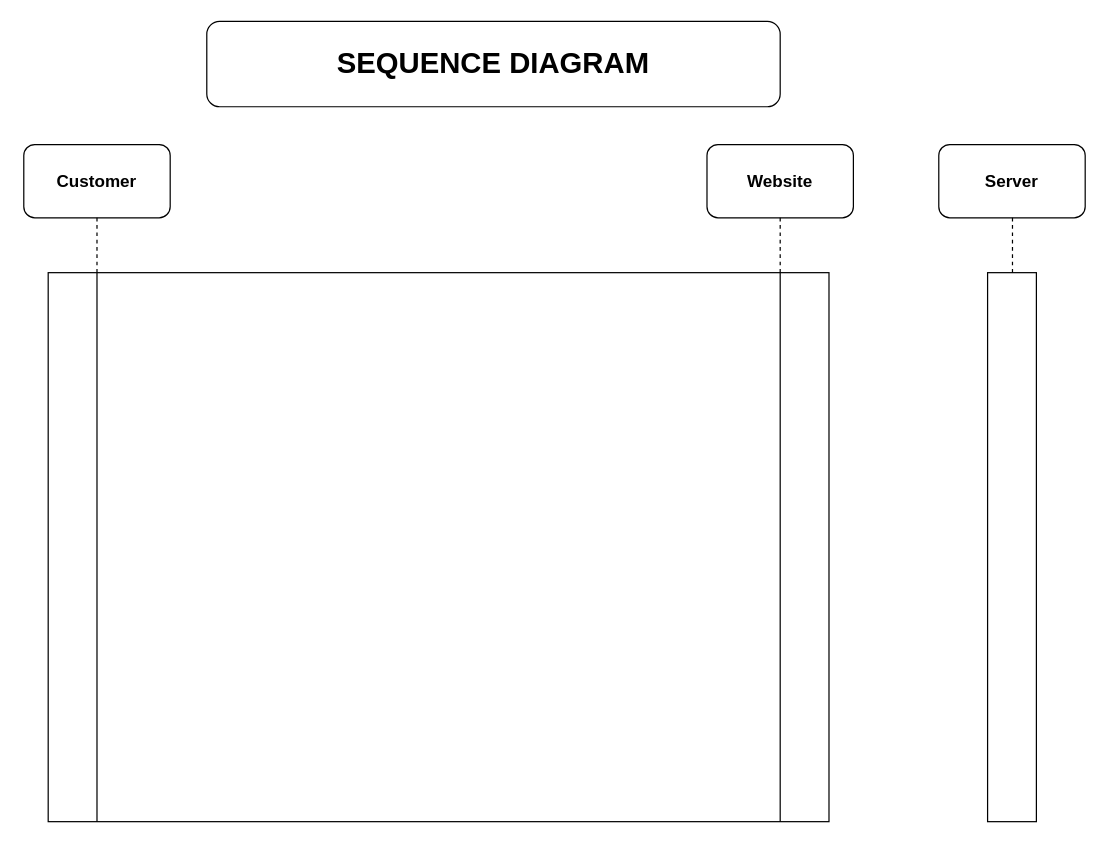
Before: mine.drawio in theZenna/theZenna, a draw.io diagram. Source tidied: cells renumbered, new cells numbered last; positions are measured from the earlier drawing's top-left corner, leaving out a move shared by most shapes. Both pictures are drawn from the tidied source at 122%, with x=0, y=0 at pixel (23, 21).
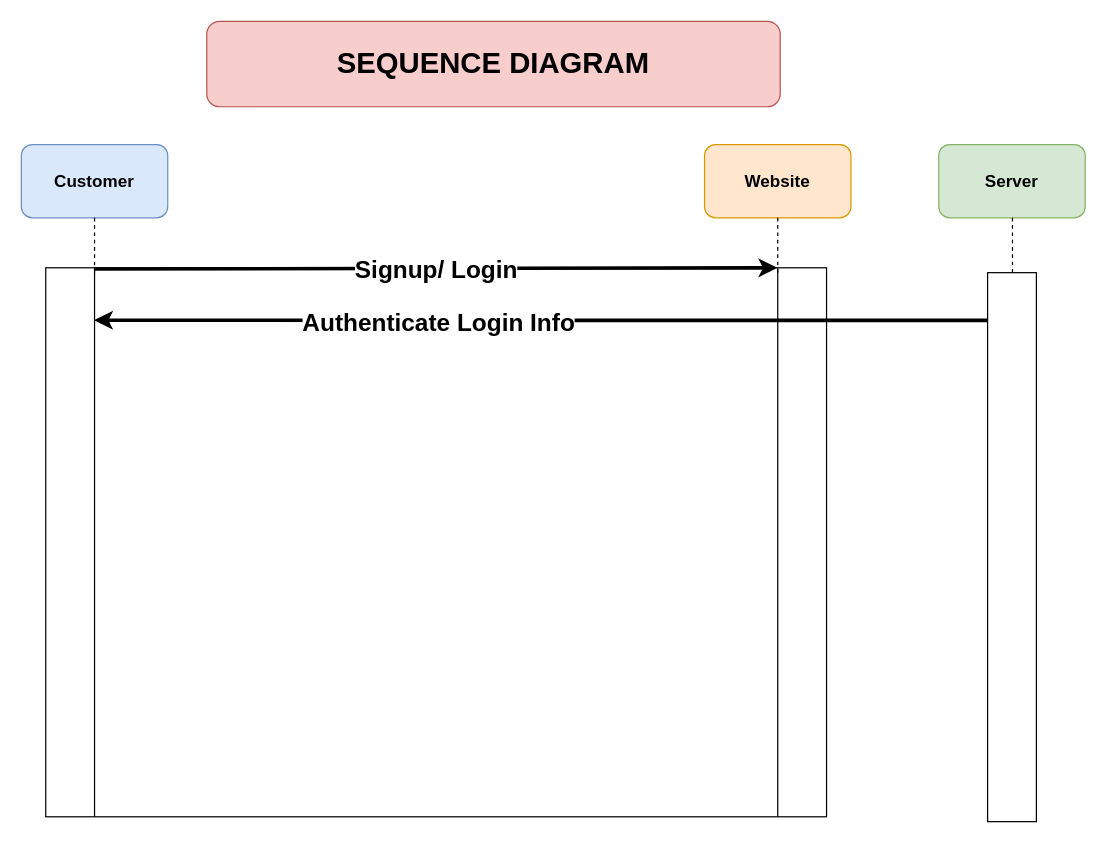
The same page after the edit.

What changed in the source:
```diff
@@
 <mxGraphModel>
   <root>
     <mxCell id="0" />
     <mxCell id="1" parent="0" />
-    <mxCell id="2" value="&lt;font style=&quot;font-size: 24px;&quot;&gt;&lt;b&gt;SEQUENCE DIAGRAM&lt;/b&gt;&lt;/font&gt;" style="rounded=1;whiteSpace=wrap;html=1;" parent="1" vertex="1">
+    <mxCell id="2" value="&lt;font style=&quot;font-size: 24px;&quot;&gt;&lt;b&gt;SEQUENCE DIAGRAM&lt;/b&gt;&lt;/font&gt;" style="rounded=1;whiteSpace=wrap;html=1;fillColor=#f8cecc;strokeColor=#b85450;" parent="1" vertex="1">
       <mxGeometry x="150" width="470" height="70" as="geometry" />
     </mxCell>
     <mxCell id="3" style="shape=process;whiteSpace=wrap;html=1;backgroundOutline=1;size=0.06250000000000036;" parent="1" vertex="1">
-      <mxGeometry x="20" y="206" width="640" height="450" as="geometry" />
+      <mxGeometry x="18" y="202" width="640" height="450" as="geometry" />
     </mxCell>
     <mxCell id="4" style="rounded=0;whiteSpace=wrap;html=1;" parent="1" vertex="1">
       <mxGeometry x="790" y="206" width="40" height="450" as="geometry" />
     </mxCell>
-    <mxCell id="5" value="&lt;font style=&quot;font-size: 14px;&quot;&gt;&lt;b&gt;Customer&lt;/b&gt;&lt;/font&gt;" style="rounded=1;whiteSpace=wrap;html=1;" parent="1" vertex="1">
-      <mxGeometry y="101" width="120" height="60" as="geometry" />
+    <mxCell id="5" value="&lt;font style=&quot;font-size: 14px;&quot;&gt;&lt;b&gt;Customer&lt;/b&gt;&lt;/font&gt;" style="rounded=1;whiteSpace=wrap;html=1;fillColor=#dae8fc;strokeColor=#6c8ebf;" parent="1" vertex="1">
+      <mxGeometry x="-2" y="101" width="120" height="60" as="geometry" />
     </mxCell>
     <mxCell id="6" style="endArrow=none;dashed=1;html=1;rounded=0;" parent="1" edge="1">
       <mxGeometry relative="1" as="geometry">
-        <mxPoint x="60" y="206" as="sourcePoint" />
-        <mxPoint x="60" y="160" as="targetPoint" />
+        <mxPoint x="58" y="206" as="sourcePoint" />
+        <mxPoint x="58" y="160" as="targetPoint" />
       </mxGeometry>
     </mxCell>
-    <mxCell id="7" value="&lt;font style=&quot;font-size: 14px;&quot;&gt;&lt;b&gt;Website&lt;/b&gt;&lt;/font&gt;" style="rounded=1;whiteSpace=wrap;html=1;" parent="1" vertex="1">
-      <mxGeometry x="560" y="101" width="120" height="60" as="geometry" />
+    <mxCell id="7" value="&lt;font style=&quot;font-size: 14px;&quot;&gt;&lt;b&gt;Website&lt;/b&gt;&lt;/font&gt;" style="rounded=1;whiteSpace=wrap;html=1;fillColor=#ffe6cc;strokeColor=#d79b00;" parent="1" vertex="1">
+      <mxGeometry x="558" y="101" width="120" height="60" as="geometry" />
     </mxCell>
     <mxCell id="8" style="endArrow=none;dashed=1;html=1;rounded=0;" parent="1" edge="1">
       <mxGeometry relative="1" as="geometry">
-        <mxPoint x="620" y="206" as="sourcePoint" />
-        <mxPoint x="620" y="160" as="targetPoint" />
+        <mxPoint x="618" y="206" as="sourcePoint" />
+        <mxPoint x="618" y="160" as="targetPoint" />
       </mxGeometry>
     </mxCell>
-    <mxCell id="9" value="&lt;font style=&quot;font-size: 14px;&quot;&gt;&lt;b&gt;Server&lt;/b&gt;&lt;/font&gt;" style="rounded=1;whiteSpace=wrap;html=1;" parent="1" vertex="1">
+    <mxCell id="9" value="&lt;font style=&quot;font-size: 14px;&quot;&gt;&lt;b&gt;Server&lt;/b&gt;&lt;/font&gt;" style="rounded=1;whiteSpace=wrap;html=1;fillColor=#d5e8d4;strokeColor=#82b366;" parent="1" vertex="1">
       <mxGeometry x="750" y="101" width="120" height="60" as="geometry" />
     </mxCell>
     <mxCell id="10" style="endArrow=none;dashed=1;html=1;rounded=0;" parent="1" edge="1">
       <mxGeometry relative="1" as="geometry">
         <mxPoint x="810.4" y="206" as="sourcePoint" />
         <mxPoint x="810.4" y="160" as="targetPoint" />
       </mxGeometry>
     </mxCell>
+    <mxCell id="11" style="endArrow=classic;html=1;rounded=0;strokeWidth=3;entryX=0.937;entryY=0;entryDx=0;entryDy=0;entryPerimeter=0;" parent="1" edge="1" target="3">
+      <mxGeometry relative="1" as="geometry">
+        <mxPoint x="58" y="203" as="sourcePoint" />
+      </mxGeometry>
+    </mxCell>
+    <mxCell id="12" value="&lt;font&gt;&lt;b&gt;Signup/ Login&lt;/b&gt;&lt;/font&gt;" style="edgeLabel;html=1;align=center;verticalAlign=middle;fontSize=20;" parent="11" vertex="1">
+      <mxGeometry relative="1" as="geometry" />
+    </mxCell>
+    <mxCell id="13" style="endArrow=classic;html=1;rounded=0;strokeWidth=3;exitX=-0.003;exitY=0.087;exitDx=0;exitDy=0;exitPerimeter=0;" parent="1" edge="1" source="4">
+      <mxGeometry relative="1" as="geometry">
+        <mxPoint x="57.6" y="245" as="targetPoint" />
+      </mxGeometry>
+    </mxCell>
+    <mxCell id="14" value="&lt;font&gt;&lt;b&gt;Authenticate Login Info&lt;/b&gt;&lt;/font&gt;" style="edgeLabel;html=1;align=center;verticalAlign=middle;fontSize=20;" parent="13" vertex="1">
+      <mxGeometry relative="1" as="geometry">
+        <mxPoint x="-84" as="offset" />
+      </mxGeometry>
+    </mxCell>
   </root>
 </mxGraphModel>
```
